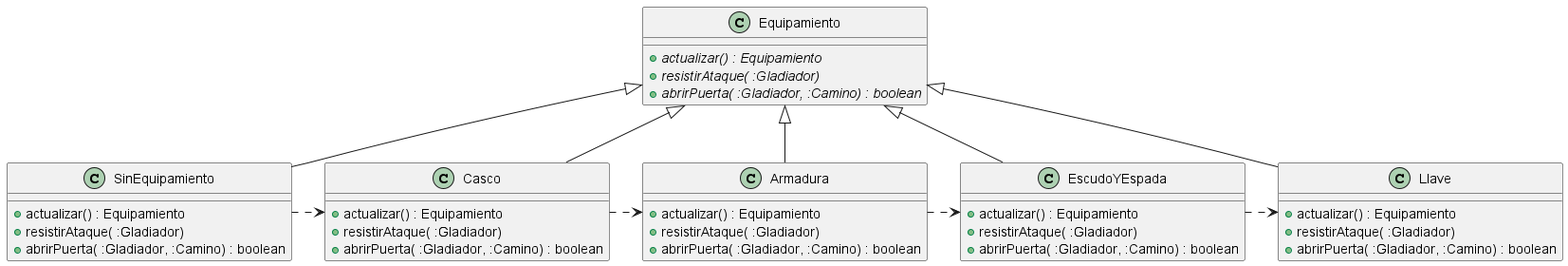
This is diagrams/classes/clase_equipamiento.png from lautiland/TP2-ALGO3-ALGOROMA, a PlantUML export, as it was before one commit.
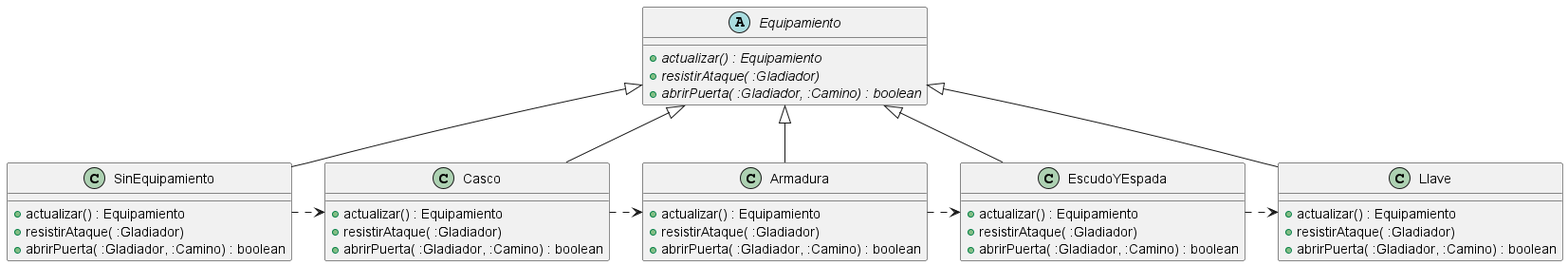
Above is the later version.

Diff of the diagram source:
```diff
@@ -13,7 +13,7 @@
 Armadura .> EscudoYEspada
 EscudoYEspada .> Llave
 
-Class Equipamiento{
+abstract class Equipamiento{
     + {abstract} actualizar() : Equipamiento
     + {abstract} resistirAtaque( :Gladiador)
     + {abstract} abrirPuerta( :Gladiador, :Camino) : boolean
```
